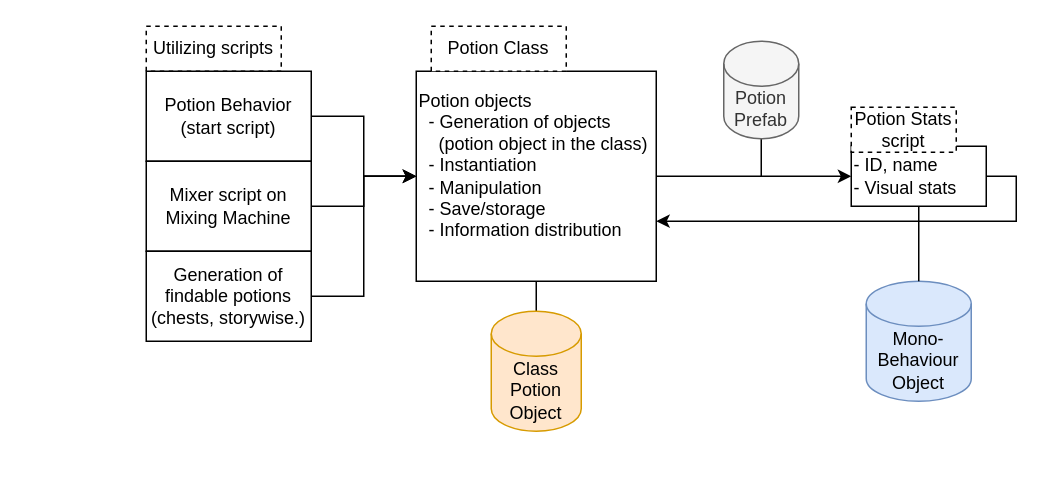
Earlier version of the draw.io diagram RoughProgramScheme.drawio (Bizbalt/FinalSolution). Source tidied: cells renumbered, new cells numbered last; positions are measured from the earlier drawing's top-left corner, leaving out a move shared by most shapes. Both pictures are drawn from the tidied source at 150%, with x=0, y=0 at pixel (146, 26).
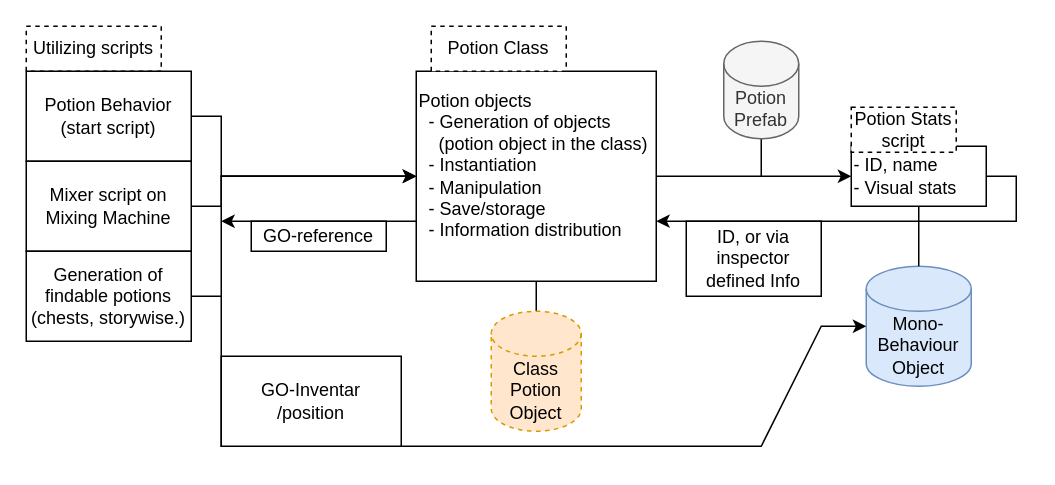
The same diagram, later.

Unchanged cells that the change refers to:
```xml
<mxCell id="3" value="&lt;div align=&quot;left&quot;&gt;Potion objects&lt;/div&gt;&lt;div align=&quot;left&quot;&gt;&amp;nbsp; - Generation of objects&lt;/div&gt;&lt;div align=&quot;left&quot;&gt;&amp;nbsp;&amp;nbsp;&amp;nbsp; (potion object in the class)&lt;/div&gt;&lt;div align=&quot;left&quot;&gt;&amp;nbsp; - Instantiation&lt;br&gt;&lt;/div&gt;&lt;div align=&quot;left&quot;&gt;&amp;nbsp; - Manipulation&lt;/div&gt;&lt;div align=&quot;left&quot;&gt;&amp;nbsp; - Save/storage&lt;/div&gt;&lt;div align=&quot;left&quot;&gt;&amp;nbsp; - Information distribution&lt;br&gt;&lt;/div&gt;&lt;div align=&quot;left&quot;&gt;&lt;br&gt;&lt;/div&gt;" style="whiteSpace=wrap;html=1;align=left;" parent="1" vertex="1">
  <mxGeometry x="180" y="30" width="160" height="140" as="geometry" />
</mxCell>
```

What changed in the source:
```diff
@@
     <mxCell id="5" value="Utilizing scripts" style="rounded=0;whiteSpace=wrap;html=1;dashed=1;" parent="1" vertex="1">
-      <mxGeometry width="90" height="30" as="geometry" />
+      <mxGeometry x="-80" width="90" height="30" as="geometry" />
     </mxCell>
     <mxCell id="6" style="edgeStyle=orthogonalEdgeStyle;rounded=0;jettySize=auto;html=1;exitX=1;exitY=0.5;exitDx=0;exitDy=0;" parent="1" edge="1" source="7" target="3">
-      <mxGeometry relative="1" as="geometry" />
+      <mxGeometry relative="1" as="geometry">
+        <Array as="points">
+          <mxPoint x="50" y="60" />
+          <mxPoint x="50" y="100" />
+        </Array>
+      </mxGeometry>
     </mxCell>
     <mxCell id="7" value="&lt;div&gt;Potion Behavior&lt;/div&gt;&lt;div&gt;(start script)&lt;br&gt;&lt;/div&gt;" style="whiteSpace=wrap;html=1;" parent="1" vertex="1">
-      <mxGeometry y="30" width="110" height="60" as="geometry" />
+      <mxGeometry x="-80" y="30" width="110" height="60" as="geometry" />
     </mxCell>
     <mxCell id="8" style="edgeStyle=orthogonalEdgeStyle;rounded=0;jettySize=auto;html=1;exitX=1;exitY=0.5;exitDx=0;exitDy=0;entryX=0;entryY=0.5;entryDx=0;entryDy=0;" parent="1" edge="1" source="9" target="3">
-      <mxGeometry relative="1" as="geometry" />
+      <mxGeometry relative="1" as="geometry">
+        <Array as="points">
+          <mxPoint x="50" y="120" />
+          <mxPoint x="50" y="100" />
+        </Array>
+      </mxGeometry>
     </mxCell>
     <mxCell id="9" value="&lt;div&gt;Mixer script on &lt;br&gt;&lt;/div&gt;&lt;div&gt;Mixing Machine&lt;br&gt;&lt;/div&gt;" style="whiteSpace=wrap;html=1;" parent="1" vertex="1">
-      <mxGeometry y="90" width="110" height="60" as="geometry" />
+      <mxGeometry x="-80" y="90" width="110" height="60" as="geometry" />
     </mxCell>
@@
-    <mxCell id="15" value="&lt;div&gt;&lt;br&gt;&lt;/div&gt;&lt;div&gt;Class&lt;/div&gt;&lt;div&gt;Potion&lt;/div&gt;&lt;div&gt;Object&lt;br&gt;&lt;/div&gt;&lt;div&gt;&lt;br&gt;&lt;/div&gt;" style="shape=cylinder3;whiteSpace=wrap;html=1;boundedLbl=1;backgroundOutline=1;size=15;fillColor=#ffe6cc;strokeColor=#d79b00;" parent="1" vertex="1">
+    <mxCell id="15" value="&lt;div&gt;&lt;br&gt;&lt;/div&gt;&lt;div&gt;Class&lt;/div&gt;&lt;div&gt;Potion&lt;/div&gt;&lt;div&gt;Object&lt;br&gt;&lt;/div&gt;&lt;div&gt;&lt;br&gt;&lt;/div&gt;" style="shape=cylinder3;whiteSpace=wrap;html=1;boundedLbl=1;backgroundOutline=1;size=15;fillColor=#ffe6cc;strokeColor=#d79b00;dashed=1;" parent="1" vertex="1">
       <mxGeometry x="230" y="190" width="60" height="80" as="geometry" />
     </mxCell>
@@
     <mxCell id="17" value="&lt;div&gt;&lt;br&gt;&lt;/div&gt;&lt;div&gt;Mono-&lt;/div&gt;&lt;div&gt;Behaviour&lt;br&gt;&lt;/div&gt;&lt;div&gt;Object&lt;br&gt;&lt;/div&gt;&lt;div&gt;&lt;br&gt;&lt;/div&gt;" style="shape=cylinder3;whiteSpace=wrap;html=1;boundedLbl=1;backgroundOutline=1;size=15;fillColor=#dae8fc;strokeColor=#6c8ebf;" parent="1" vertex="1">
-      <mxGeometry x="480" y="170" width="70" height="80" as="geometry" />
+      <mxGeometry x="480" y="160" width="70" height="80" as="geometry" />
     </mxCell>
@@
     <mxCell id="19" style="edgeStyle=orthogonalEdgeStyle;rounded=0;jettySize=auto;html=1;exitX=1;exitY=0.5;exitDx=0;exitDy=0;entryX=0;entryY=0.5;entryDx=0;entryDy=0;" parent="1" edge="1" source="20" target="3">
-      <mxGeometry relative="1" as="geometry" />
+      <mxGeometry relative="1" as="geometry">
+        <Array as="points">
+          <mxPoint x="50" y="180" />
+          <mxPoint x="50" y="100" />
+        </Array>
+      </mxGeometry>
     </mxCell>
     <mxCell id="20" value="&lt;div&gt;Generation of&lt;/div&gt;&lt;div&gt;findable potions&lt;/div&gt;&lt;div&gt;(chests, storywise.)&lt;br&gt;&lt;/div&gt;" style="whiteSpace=wrap;html=1;" parent="1" vertex="1">
-      <mxGeometry y="150" width="110" height="60" as="geometry" />
+      <mxGeometry x="-80" y="150" width="110" height="60" as="geometry" />
     </mxCell>
+    <mxCell id="21" value="GO-reference" style="rounded=0;whiteSpace=wrap;html=1;" parent="1" vertex="1">
+      <mxGeometry x="70" y="130" width="90" height="20" as="geometry" />
+    </mxCell>
+    <mxCell id="22" value="ID, or via inspector defined Info" style="rounded=0;whiteSpace=wrap;html=1;" parent="1" vertex="1">
+      <mxGeometry x="360" y="130" width="90" height="50" as="geometry" />
+    </mxCell>
+    <mxCell id="23" style="endArrow=classic;html=1;rounded=0;exitX=0;exitY=0.714;exitDx=0;exitDy=0;exitPerimeter=0;" parent="1" edge="1" source="3">
+      <mxGeometry relative="1" as="geometry">
+        <mxPoint x="50" y="130" as="targetPoint" />
+      </mxGeometry>
+    </mxCell>
+    <mxCell id="24" style="endArrow=classic;html=1;rounded=0;entryX=0;entryY=0.5;entryDx=0;entryDy=0;entryPerimeter=0;" parent="1" edge="1" target="17">
+      <mxGeometry relative="1" as="geometry">
+        <mxPoint x="50" y="180" as="sourcePoint" />
+        <Array as="points">
+          <mxPoint x="50" y="280" />
+          <mxPoint x="410" y="280" />
+          <mxPoint x="450" y="200" />
+        </Array>
+      </mxGeometry>
+    </mxCell>
+    <mxCell id="25" value="&lt;div&gt;GO-Inventar&lt;/div&gt;&lt;div&gt;/position&lt;br&gt;&lt;/div&gt;" style="rounded=0;whiteSpace=wrap;html=1;" parent="1" vertex="1">
+      <mxGeometry x="50" y="220" width="120" height="60" as="geometry" />
+    </mxCell>
```
